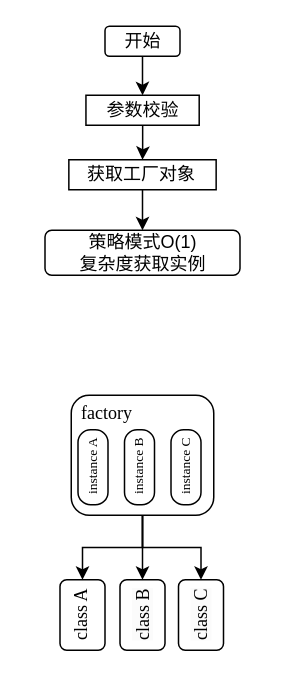
Earlier version of the draw.io diagram DrawIO_file/流程图/单例+工厂+策略.drawio (DingDongZz/typera_PicGO). Source tidied: cells renumbered, new cells numbered last; positions are measured from the earlier drawing's top-left corner, leaving out a move shared by most shapes. Both pictures are drawn from the tidied source at 150%, with x=0, y=0 at pixel (44, 26).
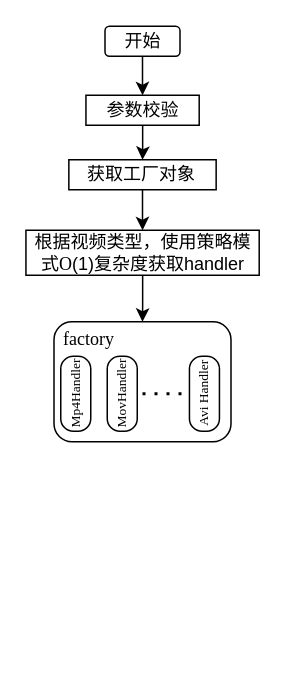
The same page after the edit.

Commit message (it also covers changes not shown here):
更新单例+工厂+策略.drawio

The edit, as a diff of the source:
```diff
@@
 <mxGraphModel>
   <root>
     <mxCell id="0" />
     <mxCell id="1" parent="0" />
     <mxCell id="2" style="edgeStyle=orthogonalEdgeStyle;rounded=0;jettySize=auto;html=1;entryX=0.5;entryY=0;entryDx=0;entryDy=0;" parent="1" edge="1" source="3" target="19">
       <mxGeometry relative="1" as="geometry" />
     </mxCell>
     <mxCell id="3" value="参数校验" style="rounded=0;whiteSpace=wrap;html=1;fontFamily=宋体;" parent="1" vertex="1">
       <mxGeometry x="27.8" y="46" width="75.5" height="20" as="geometry" />
     </mxCell>
+    <mxCell id="20" style="edgeStyle=orthogonalEdgeStyle;rounded=0;jettySize=auto;html=1;entryX=0.5;entryY=0;entryDx=0;entryDy=0;" parent="1" edge="1" source="4" target="8">
+      <mxGeometry relative="1" as="geometry" />
+    </mxCell>
-    <mxCell id="4" value="策略模式O(1)&lt;div&gt;复杂度获取实例&lt;/div&gt;" style="rounded=1;whiteSpace=wrap;html=1;fontFamily=宋体;" parent="1" vertex="1">
-      <mxGeometry x="0.5" y="136" width="130" height="30" as="geometry" />
+    <mxCell id="4" value="根据视频类型，使用策略模式&lt;font face=&quot;Times New Roman&quot;&gt;O&lt;/font&gt;(1)复杂度获取handler" style="rounded=0;whiteSpace=wrap;html=1;fontFamily=宋体;" parent="1" vertex="1">
+      <mxGeometry x="-12.2" y="136" width="155.5" height="30" as="geometry" />
     </mxCell>
-    <mxCell id="5" style="edgeStyle=orthogonalEdgeStyle;rounded=0;jettySize=auto;html=1;entryX=0.5;entryY=0;entryDx=0;entryDy=0;fontFamily=Times New Roman;" parent="1" edge="1" source="8" target="9">
-      <mxGeometry relative="1" as="geometry" />
-    </mxCell>
-    <mxCell id="6" style="edgeStyle=orthogonalEdgeStyle;rounded=0;jettySize=auto;html=1;entryX=0.5;entryY=0;entryDx=0;entryDy=0;fontFamily=Times New Roman;" parent="1" edge="1" source="8" target="10">
-      <mxGeometry relative="1" as="geometry" />
-    </mxCell>
-    <mxCell id="7" style="edgeStyle=orthogonalEdgeStyle;rounded=0;jettySize=auto;html=1;entryX=0.5;entryY=0;entryDx=0;entryDy=0;fontFamily=Times New Roman;" parent="1" edge="1" source="8" target="11">
-      <mxGeometry relative="1" as="geometry" />
-    </mxCell>
-    <mxCell id="8" style="rounded=1;whiteSpace=wrap;html=1;fontFamily=Times New Roman;" parent="1" vertex="1">
-      <mxGeometry x="18" y="246" width="95" height="80" as="geometry" />
-    </mxCell>
-    <mxCell id="9" value="class A" style="rounded=1;whiteSpace=wrap;html=1;verticalAlign=top;horizontal=0;fontFamily=Times New Roman;" parent="1" vertex="1">
-      <mxGeometry x="10.5" y="369" width="30" height="47" as="geometry" />
-    </mxCell>
-    <mxCell id="10" value="&lt;span style=&quot;color: rgb(0, 0, 0); font-size: 12px; font-style: normal; font-variant-ligatures: normal; font-variant-caps: normal; font-weight: 400; letter-spacing: normal; orphans: 2; text-align: center; text-indent: 0px; text-transform: none; widows: 2; word-spacing: 0px; -webkit-text-stroke-width: 0px; white-space: normal; background-color: rgb(251, 251, 251); text-decoration-thickness: initial; text-decoration-style: initial; text-decoration-color: initial; float: none; display: inline !important;&quot;&gt;class B&lt;/span&gt;" style="rounded=1;whiteSpace=wrap;html=1;horizontal=0;fontFamily=Times New Roman;" parent="1" vertex="1">
-      <mxGeometry x="50.5" y="369" width="30" height="47" as="geometry" />
-    </mxCell>
-    <mxCell id="11" value="&lt;span style=&quot;color: rgb(0, 0, 0); font-size: 12px; font-style: normal; font-variant-ligatures: normal; font-variant-caps: normal; font-weight: 400; letter-spacing: normal; orphans: 2; text-align: center; text-indent: 0px; text-transform: none; widows: 2; word-spacing: 0px; -webkit-text-stroke-width: 0px; white-space: normal; background-color: rgb(251, 251, 251); text-decoration-thickness: initial; text-decoration-style: initial; text-decoration-color: initial; float: none; display: inline !important;&quot;&gt;class C&lt;/span&gt;" style="rounded=1;whiteSpace=wrap;html=1;horizontal=0;fontFamily=Times New Roman;" parent="1" vertex="1">
-      <mxGeometry x="89.5" y="369" width="30" height="47" as="geometry" />
-    </mxCell>
     <mxCell id="12" style="edgeStyle=orthogonalEdgeStyle;rounded=0;jettySize=auto;html=1;entryX=0.5;entryY=0;entryDx=0;entryDy=0;fontFamily=Times New Roman;" parent="1" edge="1" source="13" target="3">
       <mxGeometry relative="1" as="geometry" />
     </mxCell>
     <mxCell id="13" value="开始" style="rounded=1;whiteSpace=wrap;html=1;fontFamily=宋体;" parent="1" vertex="1">
       <mxGeometry x="40.5" width="50" height="20" as="geometry" />
     </mxCell>
+    <mxCell id="18" style="edgeStyle=orthogonalEdgeStyle;rounded=0;jettySize=auto;html=1;entryX=0.5;entryY=0;entryDx=0;entryDy=0;" parent="1" edge="1" source="19" target="4">
+      <mxGeometry relative="1" as="geometry" />
+    </mxCell>
+    <mxCell id="19" value="获取工厂对象" style="rounded=0;whiteSpace=wrap;html=1;fontFamily=宋体;" parent="1" vertex="1">
+      <mxGeometry x="16.4" y="89" width="98.2" height="20" as="geometry" />
+    </mxCell>
+    <mxCell id="21" style="group;" parent="1" vertex="1">
+      <mxGeometry y="194" width="124.5" height="83" as="geometry" />
+    </mxCell>
+    <mxCell id="8" style="rounded=1;whiteSpace=wrap;html=1;fontFamily=Times New Roman;" parent="21" vertex="1">
+      <mxGeometry x="6.5" y="3" width="118" height="80" as="geometry" />
+    </mxCell>
-    <mxCell id="14" value="instance A" style="rounded=1;whiteSpace=wrap;html=1;fontSize=9;arcSize=42;rotation=-90;horizontal=1;fontFamily=Times New Roman;" parent="1" vertex="1">
-      <mxGeometry x="7.5" y="284" width="50" height="20" as="geometry" />
+    <mxCell id="14" value="Mp4Handler" style="rounded=1;whiteSpace=wrap;html=1;fontSize=9;arcSize=42;rotation=-90;horizontal=1;fontFamily=Times New Roman;" parent="21" vertex="1">
+      <mxGeometry x="-4" y="41" width="50" height="20" as="geometry" />
     </mxCell>
-    <mxCell id="15" value="instance C" style="rounded=1;whiteSpace=wrap;html=1;fontSize=9;arcSize=42;rotation=-90;fontFamily=Times New Roman;" parent="1" vertex="1">
-      <mxGeometry x="69.5" y="284" width="50" height="20" as="geometry" />
+    <mxCell id="15" value="Avi Handler" style="rounded=1;whiteSpace=wrap;html=1;fontSize=9;arcSize=42;rotation=-90;fontFamily=Times New Roman;" parent="21" vertex="1">
+      <mxGeometry x="81.8" y="41" width="50" height="20" as="geometry" />
     </mxCell>
-    <mxCell id="16" value="instance B" style="rounded=1;whiteSpace=wrap;html=1;fontSize=9;arcSize=42;rotation=-90;fontFamily=Times New Roman;" parent="1" vertex="1">
-      <mxGeometry x="38.5" y="284" width="50" height="20" as="geometry" />
+    <mxCell id="16" value="MovHandler" style="rounded=1;whiteSpace=wrap;html=1;fontSize=9;arcSize=42;rotation=-90;fontFamily=Times New Roman;" parent="21" vertex="1">
+      <mxGeometry x="27" y="41" width="50" height="20" as="geometry" />
     </mxCell>
-    <mxCell id="17" value="factory" style="text;html=1;align=center;verticalAlign=middle;whiteSpace=wrap;rounded=0;fontFamily=Times New Roman;" parent="1" vertex="1">
-      <mxGeometry x="11.5" y="243" width="60" height="30" as="geometry" />
+    <mxCell id="17" value="factory" style="text;html=1;align=center;verticalAlign=middle;whiteSpace=wrap;rounded=0;fontFamily=Times New Roman;" parent="21" vertex="1">
+      <mxGeometry width="60" height="30" as="geometry" />
     </mxCell>
-    <mxCell id="18" style="edgeStyle=orthogonalEdgeStyle;rounded=0;jettySize=auto;html=1;entryX=0.5;entryY=0;entryDx=0;entryDy=0;" parent="1" edge="1" source="19" target="4">
-      <mxGeometry relative="1" as="geometry" />
-    </mxCell>
-    <mxCell id="19" value="获取工厂对象" style="rounded=0;whiteSpace=wrap;html=1;fontFamily=宋体;" parent="1" vertex="1">
-      <mxGeometry x="16.4" y="89" width="98.2" height="20" as="geometry" />
-    </mxCell>
+    <mxCell id="22" style="endArrow=none;dashed=1;html=1;dashPattern=1 3;strokeWidth=2;rounded=0;entryX=0.5;entryY=0;entryDx=0;entryDy=0;exitX=0.5;exitY=1;exitDx=0;exitDy=0;" parent="21" edge="1">
+      <mxGeometry relative="1" as="geometry">
+        <mxPoint x="65.5" y="51" as="sourcePoint" />
+        <mxPoint x="95.8" y="51" as="targetPoint" />
+      </mxGeometry>
+    </mxCell>
   </root>
 </mxGraphModel>
```
